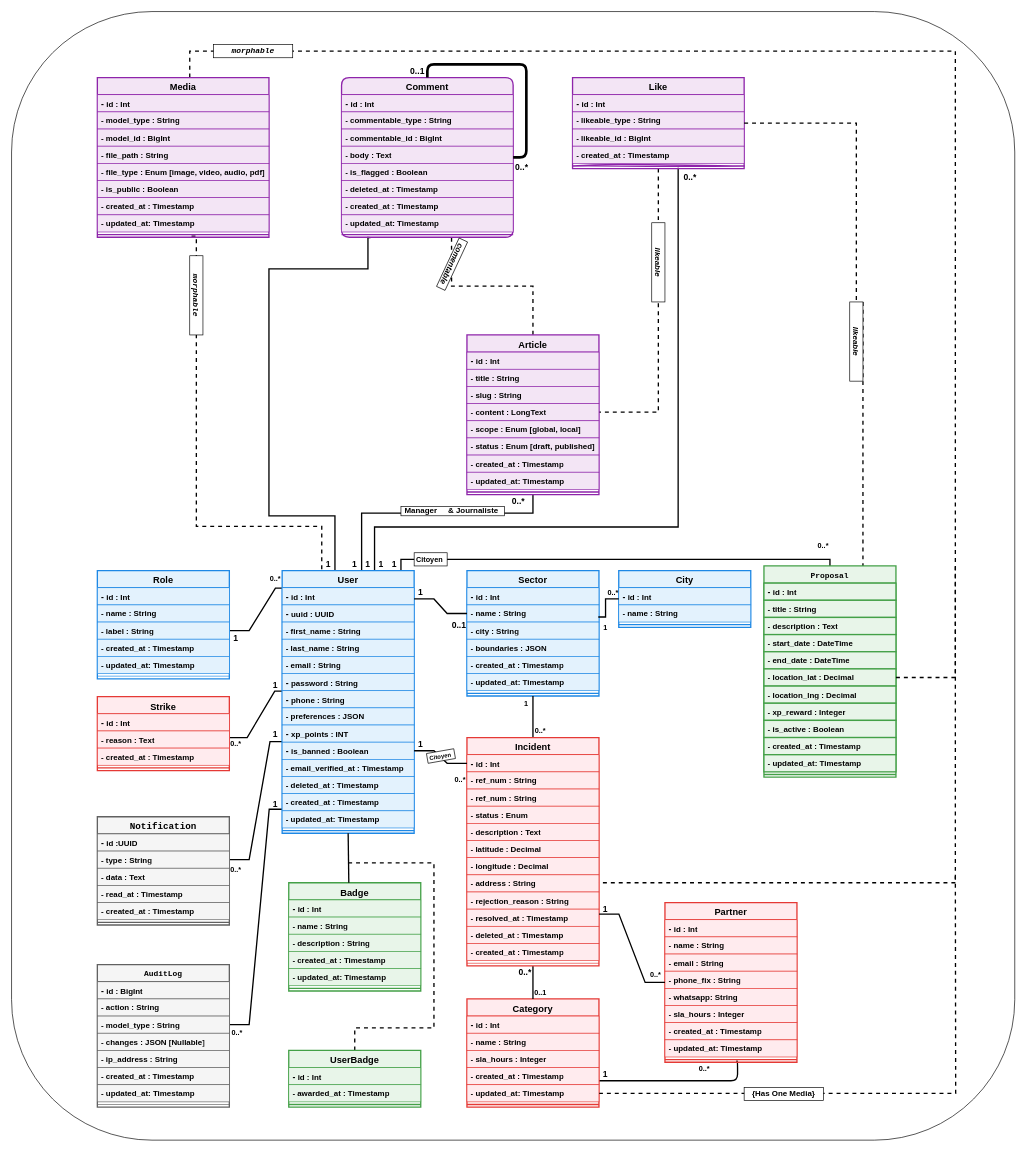
Above: Dossier de Conception/diagramme Classe final Safi Pulse drow.drawio in AbdellahLemtiri/CityPulse-FR (draw.io), before the change. Source tidied: cells renumbered, new cells numbered last; positions are measured from the earlier drawing's top-left corner, leaving out a move shared by most shapes. Both pictures are drawn from the tidied source at 66%, with x=0, y=0 at pixel (11, 11).
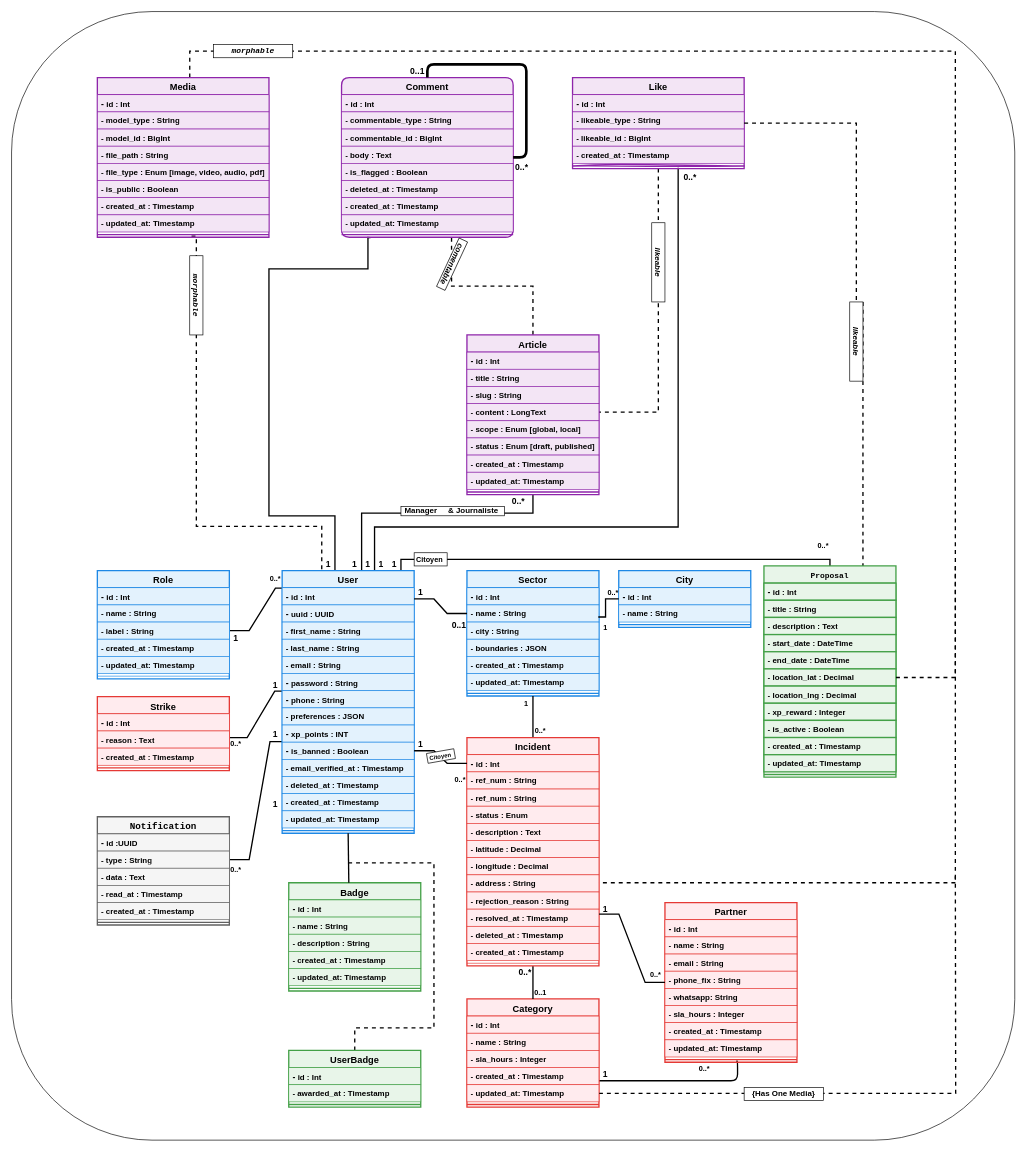
After the change.

Commit message:
fix(Diagram): adjust dimensions and remove unnecessary elements for improved clarity

Unchanged cells that the change refers to:
```xml
<mxCell id="26" value="&lt;div&gt;&lt;b&gt;- created_at : Timestamp&lt;/b&gt;&lt;/div&gt;" style="text;align=left;verticalAlign=top;spacingLeft=4;spacingRight=4;overflow=hidden;points=[[0,0.5],[1,0.5]];portConstraint=eastwest;whiteSpace=wrap;html=1;strokeWidth=1;fillColor=#E3F2FD;strokeColor=#1E88E5;" parent="13" vertex="1">
  <mxGeometry y="338" width="200" height="26" as="geometry" />
</mxCell>
```

The edit, as a diff of the source:
```diff
@@
-    <mxCell id="9" style="edgeStyle=entityRelationEdgeStyle;rounded=0;jettySize=auto;html=1;entryX=0.052;entryY=0.91;entryDx=0;entryDy=0;strokeWidth=2;endArrow=none;endFill=0;entryPerimeter=0;curved=0;exitX=1;exitY=0.5;exitDx=0;exitDy=0;" parent="1" edge="1" source="154" target="26">
-      <mxGeometry relative="1" as="geometry" />
-    </mxCell>
@@
-    <mxCell id="151" value="&lt;b&gt;&lt;code&gt;AuditLog&lt;/code&gt;&lt;/b&gt;" style="swimlane;fontStyle=1;align=center;verticalAlign=top;horizontal=1;startSize=26;whiteSpace=wrap;html=1;backgroundOutline=0;fixedWidth=0;strokeWidth=2;fillColor=#F5F5F5;strokeColor=#616161;" parent="1" vertex="1">
-      <mxGeometry x="130" y="1444" width="200" height="216" as="geometry" />
-    </mxCell>
-    <mxCell id="152" value="&lt;b&gt;&lt;span style=&quot;font-size: 13px;&quot;&gt;-&amp;nbsp;&lt;/span&gt;id : BigInt&lt;/b&gt;" style="text;align=left;verticalAlign=top;spacingLeft=4;spacingRight=4;overflow=hidden;whiteSpace=wrap;html=1;strokeWidth=1;fillColor=#F5F5F5;strokeColor=#616161;" parent="151" vertex="1">
-      <mxGeometry y="26" width="200" height="26" as="geometry" />
-    </mxCell>
-    <mxCell id="153" value="&lt;b&gt;-&amp;nbsp;action : String&lt;/b&gt;" style="text;align=left;verticalAlign=top;spacingLeft=4;spacingRight=4;overflow=hidden;whiteSpace=wrap;html=1;strokeWidth=1;fillColor=#F5F5F5;strokeColor=#616161;" parent="151" vertex="1">
-      <mxGeometry y="52" width="200" height="26" as="geometry" />
-    </mxCell>
-    <mxCell id="154" value="&lt;b&gt;-&amp;nbsp;model_type : String&amp;nbsp;&amp;nbsp;&lt;/b&gt;" style="text;align=left;verticalAlign=top;spacingLeft=4;spacingRight=4;overflow=hidden;points=[[0,0.5],[1,0.5]];portConstraint=eastwest;whiteSpace=wrap;html=1;strokeWidth=1;fillColor=#F5F5F5;strokeColor=#616161;" parent="151" vertex="1">
-      <mxGeometry y="78" width="200" height="26" as="geometry" />
-    </mxCell>
-    <mxCell id="155" value="&lt;b&gt;-&amp;nbsp;changes : JSON [Nullable]&lt;/b&gt;" style="text;align=left;verticalAlign=top;spacingLeft=4;spacingRight=4;overflow=hidden;whiteSpace=wrap;html=1;strokeWidth=1;fillColor=#F5F5F5;strokeColor=#616161;" parent="151" vertex="1">
-      <mxGeometry y="104" width="200" height="26" as="geometry" />
-    </mxCell>
-    <mxCell id="156" value="&lt;b&gt;-&amp;nbsp;ip_address : String&lt;/b&gt;" style="text;align=left;verticalAlign=top;spacingLeft=4;spacingRight=4;overflow=hidden;whiteSpace=wrap;html=1;strokeWidth=1;fillColor=#F5F5F5;strokeColor=#616161;" parent="151" vertex="1">
-      <mxGeometry y="130" width="200" height="26" as="geometry" />
-    </mxCell>
-    <mxCell id="157" value="&lt;div&gt;&lt;b&gt;- created_at : Timestamp&lt;/b&gt;&lt;/div&gt;" style="text;align=left;verticalAlign=top;spacingLeft=4;spacingRight=4;overflow=hidden;whiteSpace=wrap;html=1;strokeWidth=1;fillColor=#F5F5F5;strokeColor=#616161;" parent="151" vertex="1">
-      <mxGeometry y="156" width="200" height="26" as="geometry" />
-    </mxCell>
-    <mxCell id="158" value="&lt;div&gt;&lt;b&gt;- updated_at: Timestamp&lt;/b&gt;&lt;/div&gt;" style="text;align=left;verticalAlign=top;spacingLeft=4;spacingRight=4;overflow=hidden;whiteSpace=wrap;html=1;strokeWidth=1;fillColor=#F5F5F5;strokeColor=#616161;" parent="151" vertex="1">
-      <mxGeometry y="182" width="200" height="26" as="geometry" />
-    </mxCell>
-    <mxCell id="159" style="line;strokeWidth=1;align=left;verticalAlign=middle;spacingTop=-1;spacingLeft=3;spacingRight=3;labelPosition=right;fillColor=#F5F5F5;strokeColor=#616161;" parent="151" vertex="1">
-      <mxGeometry y="208" width="200" height="8" as="geometry" />
-    </mxCell>
@@
-    <mxCell id="181" value="&lt;b style=&quot;&quot;&gt;&lt;font style=&quot;font-size: 11px;&quot;&gt;0..*&lt;/font&gt;&lt;/b&gt;" style="text;html=1;whiteSpace=wrap;strokeColor=none;fillColor=none;align=center;verticalAlign=middle;rounded=0;" parent="1" vertex="1">
-      <mxGeometry x="332" y="1537" width="20" height="20" as="geometry" />
-    </mxCell>
```
